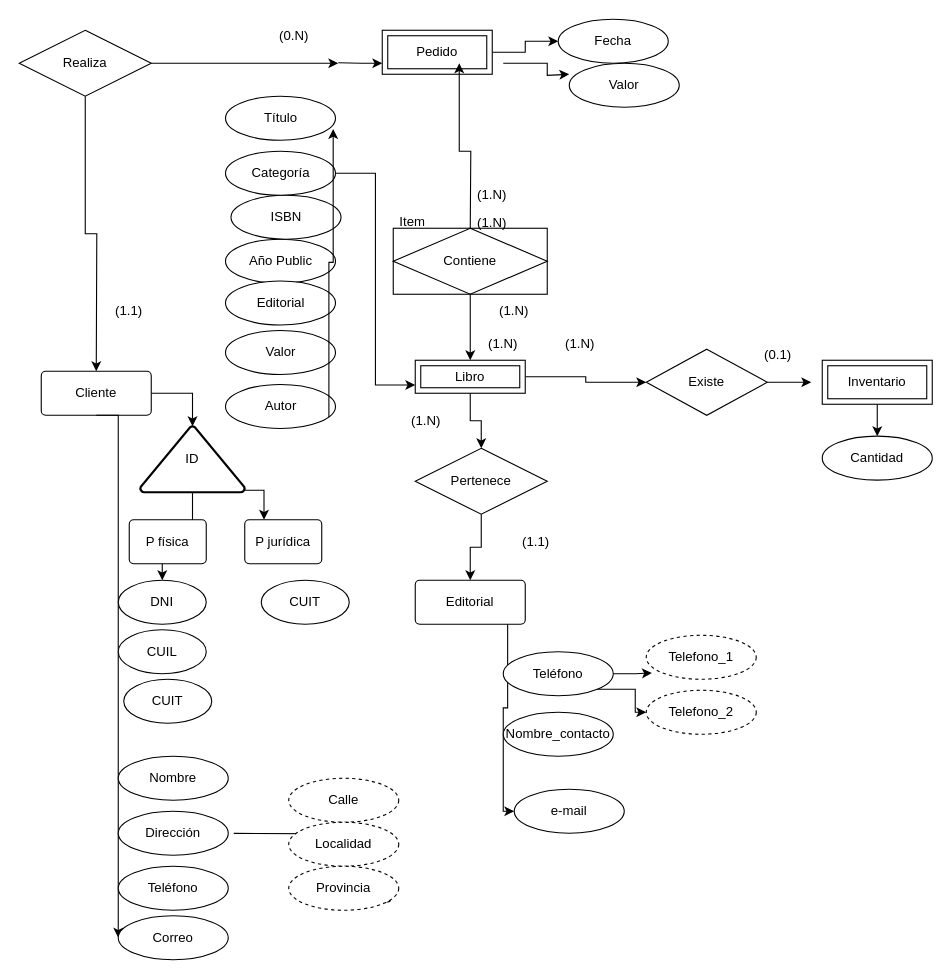
Before: db/modelo.drawio in Sergio-Tolaba/ds_ej, a draw.io diagram. Source tidied: cells renumbered, new cells numbered last; positions are measured from the earlier drawing's top-left corner, leaving out a move shared by most shapes. Both pictures are drawn from the tidied source at 110%, with x=0, y=0 at pixel (19, 19).
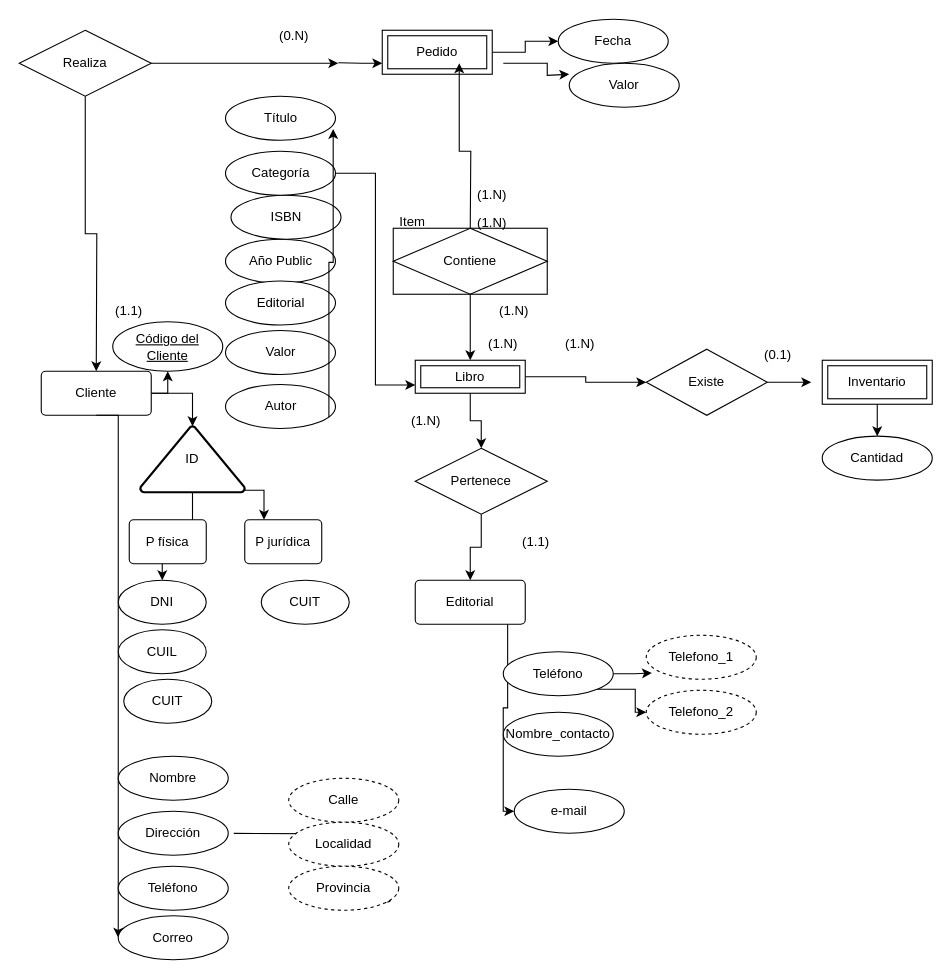
Above is the later version.

Commit message:
Cliente: Primary Key (PK) modelo.drawio

The change refers to these unchanged cells:
```xml
<mxCell id="3" value="Cliente" style="rounded=1;arcSize=10;whiteSpace=wrap;html=1;align=center;" parent="1" vertex="1">
  <mxGeometry x="20" y="320" width="100" height="40" as="geometry" />
</mxCell>
```

What changed in the source:
```diff
@@
+    <mxCell id="75" style="edgeStyle=orthogonalEdgeStyle;rounded=0;jettySize=auto;html=1;exitX=1;exitY=0.5;exitDx=0;exitDy=0;entryX=0.5;entryY=1;entryDx=0;entryDy=0;" parent="1" edge="1" source="3" target="77">
+      <mxGeometry relative="1" as="geometry" />
+    </mxCell>
@@
+    <mxCell id="76" style="edgeStyle=orthogonalEdgeStyle;rounded=0;jettySize=auto;html=1;exitX=0.5;exitY=1;exitDx=0;exitDy=0;" parent="1" edge="1" source="77">
+      <mxGeometry relative="1" as="geometry">
+        <mxPoint x="135" y="310" as="targetPoint" />
+        <Array as="points">
+          <mxPoint x="135" y="300" />
+        </Array>
+      </mxGeometry>
+    </mxCell>
@@
+    <mxCell id="77" value="Código del Cliente" style="ellipse;whiteSpace=wrap;html=1;align=center;fontStyle=4;" parent="1" vertex="1">
+      <mxGeometry x="85" y="275" width="100" height="45" as="geometry" />
+    </mxCell>
```
